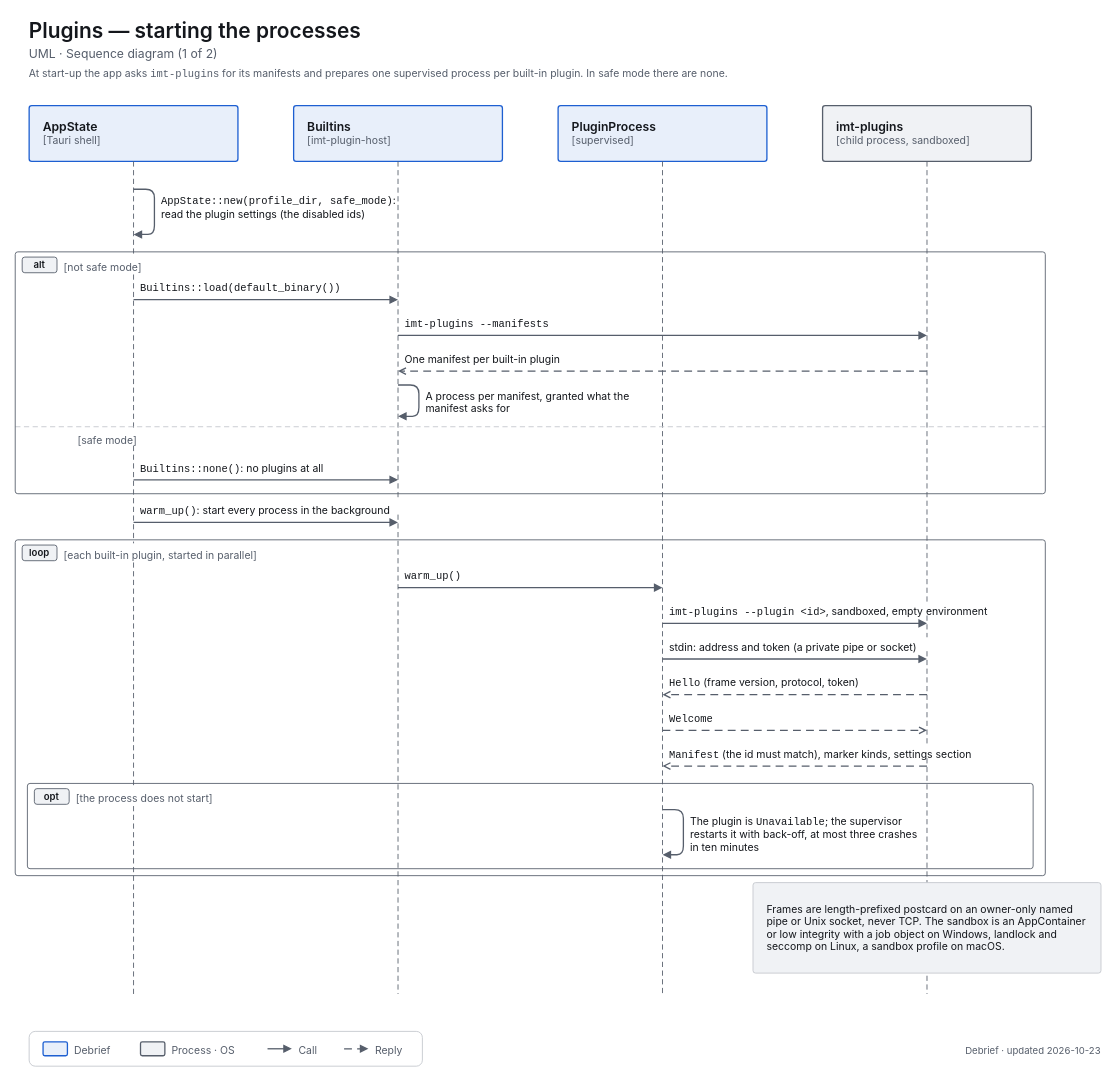
Before: docs/diagrams/uml-seq-plugin-start.drawio in decryp7/integrated_maintenance_tool, a draw.io diagram. Source tidied: cells renumbered, new cells numbered last; positions are measured from the earlier drawing's top-left corner, leaving out a move shared by most shapes. Both pictures are drawn from the tidied source at 87%, with x=0, y=0 at pixel (15, 15).
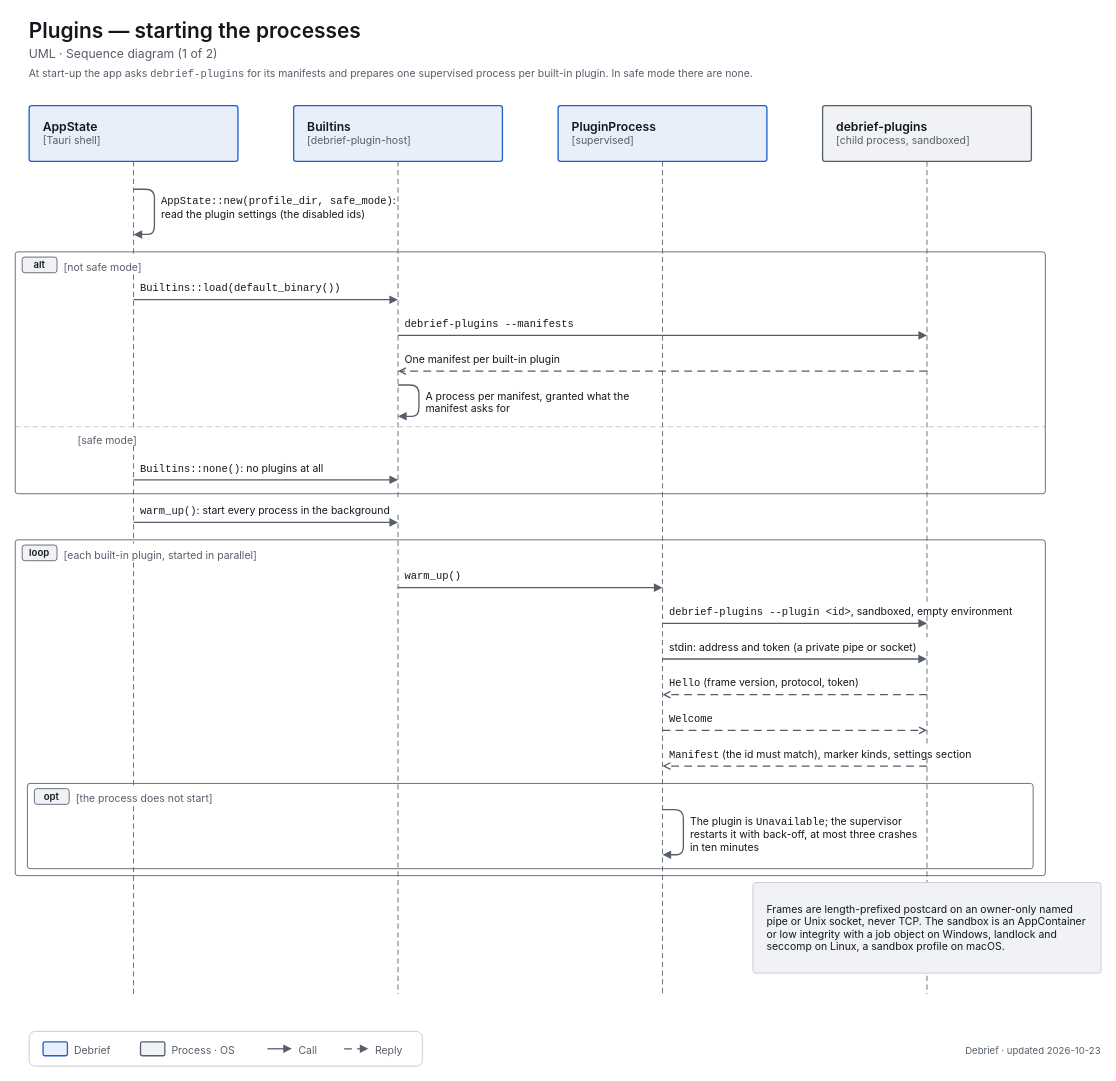
After the change.

What changed in the source:
```diff
@@
-    <mxCell id="4" value="&lt;span style=&quot;font-size:12px;font-weight:400&quot;&gt;At start-up the app asks &lt;span style=&quot;font-family:ui-monospace,SF Mono,Cascadia Mono,Consolas,monospace;white-space:nowrap&quot;&gt;imt-plugins&lt;/span&gt; for its manifests and prepares one supervised process per built-in plugin. In safe mode there are none.&lt;/span&gt;" style="html=1;whiteSpace=wrap;fontFamily=-apple-system,BlinkMacSystemFont,Segoe UI,system-ui,sans-serif;fontSize=12;fontColor=light-dark(#14171C,#ECEEF1);text;strokeColor=none;fillColor=none;align=left;verticalAlign=top;spacing=0;fontColor=light-dark(#565E6B,#A0A7B2);" parent="1" vertex="1">
+    <mxCell id="4" value="&lt;span style=&quot;font-size:12px;font-weight:400&quot;&gt;At start-up the app asks &lt;span style=&quot;font-family:ui-monospace,SF Mono,Cascadia Mono,Consolas,monospace;white-space:nowrap&quot;&gt;debrief-plugins&lt;/span&gt; for its manifests and prepares one supervised process per built-in plugin. In safe mode there are none.&lt;/span&gt;" style="html=1;whiteSpace=wrap;fontFamily=-apple-system,BlinkMacSystemFont,Segoe UI,system-ui,sans-serif;fontSize=12;fontColor=light-dark(#14171C,#ECEEF1);text;strokeColor=none;fillColor=none;align=left;verticalAlign=top;spacing=0;fontColor=light-dark(#565E6B,#A0A7B2);" parent="1" vertex="1">
       <mxGeometry x="16" y="56" width="1152" height="20" as="geometry" />
     </mxCell>
@@
-    <mxCell id="6" value="&lt;span style=&quot;font-size:14px;font-weight:600&quot;&gt;Builtins&lt;/span&gt;&lt;br&gt;&lt;span style=&quot;font-size:12px;color:light-dark(#565E6B,#A0A7B2)&quot;&gt;[imt-plugin-host]&lt;/span&gt;" style="html=1;whiteSpace=wrap;fontFamily=-apple-system,BlinkMacSystemFont,Segoe UI,system-ui,sans-serif;fontSize=12;fontColor=light-dark(#14171C,#ECEEF1);rounded=1;absoluteArcSize=1;arcSize=6;strokeWidth=1.5;strokeColor=light-dark(#1D5FD1,#5B9BFF);fillColor=light-dark(#E8EFFA,#202C3F);align=left;verticalAlign=top;spacingLeft=14;spacingRight=14;spacingTop=10;spacingBottom=8;" parent="1" vertex="1">
+    <mxCell id="6" value="&lt;span style=&quot;font-size:14px;font-weight:600&quot;&gt;Builtins&lt;/span&gt;&lt;br&gt;&lt;span style=&quot;font-size:12px;color:light-dark(#565E6B,#A0A7B2)&quot;&gt;[debrief-plugin-host]&lt;/span&gt;" style="html=1;whiteSpace=wrap;fontFamily=-apple-system,BlinkMacSystemFont,Segoe UI,system-ui,sans-serif;fontSize=12;fontColor=light-dark(#14171C,#ECEEF1);rounded=1;absoluteArcSize=1;arcSize=6;strokeWidth=1.5;strokeColor=light-dark(#1D5FD1,#5B9BFF);fillColor=light-dark(#E8EFFA,#202C3F);align=left;verticalAlign=top;spacingLeft=14;spacingRight=14;spacingTop=10;spacingBottom=8;" parent="1" vertex="1">
       <mxGeometry x="320" y="104" width="240" height="64" as="geometry" />
     </mxCell>
@@
-    <mxCell id="8" value="&lt;span style=&quot;font-size:14px;font-weight:600&quot;&gt;imt-plugins&lt;/span&gt;&lt;br&gt;&lt;span style=&quot;font-size:12px;color:light-dark(#565E6B,#A0A7B2)&quot;&gt;[child process, sandboxed]&lt;/span&gt;" style="html=1;whiteSpace=wrap;fontFamily=-apple-system,BlinkMacSystemFont,Segoe UI,system-ui,sans-serif;fontSize=12;fontColor=light-dark(#14171C,#ECEEF1);rounded=1;absoluteArcSize=1;arcSize=6;strokeWidth=1.5;strokeColor=light-dark(#565E6B,#A0A7B2);fillColor=light-dark(#F0F2F5,#1B1E23);align=left;verticalAlign=top;spacingLeft=14;spacingRight=14;spacingTop=10;spacingBottom=8;" parent="1" vertex="1">
+    <mxCell id="8" value="&lt;span style=&quot;font-size:14px;font-weight:600&quot;&gt;debrief-plugins&lt;/span&gt;&lt;br&gt;&lt;span style=&quot;font-size:12px;color:light-dark(#565E6B,#A0A7B2)&quot;&gt;[child process, sandboxed]&lt;/span&gt;" style="html=1;whiteSpace=wrap;fontFamily=-apple-system,BlinkMacSystemFont,Segoe UI,system-ui,sans-serif;fontSize=12;fontColor=light-dark(#14171C,#ECEEF1);rounded=1;absoluteArcSize=1;arcSize=6;strokeWidth=1.5;strokeColor=light-dark(#565E6B,#A0A7B2);fillColor=light-dark(#F0F2F5,#1B1E23);align=left;verticalAlign=top;spacingLeft=14;spacingRight=14;spacingTop=10;spacingBottom=8;" parent="1" vertex="1">
       <mxGeometry x="928" y="104" width="240" height="64" as="geometry" />
     </mxCell>
@@
-    <mxCell id="25" value="&lt;span style=&quot;font-size:12px;font-weight:400&quot;&gt;&lt;span style=&quot;font-family:ui-monospace,SF Mono,Cascadia Mono,Consolas,monospace;white-space:nowrap&quot;&gt;imt-plugins --manifests&lt;/span&gt;&lt;/span&gt;" style="html=1;whiteSpace=wrap;fontFamily=-apple-system,BlinkMacSystemFont,Segoe UI,system-ui,sans-serif;fontSize=12;fontColor=light-dark(#14171C,#ECEEF1);text;strokeColor=none;fillColor=none;align=left;verticalAlign=top;spacing=0;fontColor=light-dark(#14171C,#ECEEF1);" parent="1" vertex="1">
+    <mxCell id="25" value="&lt;span style=&quot;font-size:12px;font-weight:400&quot;&gt;&lt;span style=&quot;font-family:ui-monospace,SF Mono,Cascadia Mono,Consolas,monospace;white-space:nowrap&quot;&gt;debrief-plugins --manifests&lt;/span&gt;&lt;/span&gt;" style="html=1;whiteSpace=wrap;fontFamily=-apple-system,BlinkMacSystemFont,Segoe UI,system-ui,sans-serif;fontSize=12;fontColor=light-dark(#14171C,#ECEEF1);text;strokeColor=none;fillColor=none;align=left;verticalAlign=top;spacing=0;fontColor=light-dark(#14171C,#ECEEF1);" parent="1" vertex="1">
       <mxGeometry x="448" y="343" width="187" height="16" as="geometry" />
     </mxCell>
@@
-    <mxCell id="42" value="&lt;span style=&quot;font-size:12px;font-weight:400&quot;&gt;&lt;span style=&quot;font-family:ui-monospace,SF Mono,Cascadia Mono,Consolas,monospace;white-space:nowrap&quot;&gt;imt-plugins --plugin &amp;lt;id&amp;gt;&lt;/span&gt;, sandboxed, empty environment&lt;/span&gt;" style="html=1;whiteSpace=wrap;fontFamily=-apple-system,BlinkMacSystemFont,Segoe UI,system-ui,sans-serif;fontSize=12;fontColor=light-dark(#14171C,#ECEEF1);text;strokeColor=none;fillColor=none;align=left;verticalAlign=top;spacing=0;fontColor=light-dark(#14171C,#ECEEF1);" parent="1" vertex="1">
+    <mxCell id="42" value="&lt;span style=&quot;font-size:12px;font-weight:400&quot;&gt;&lt;span style=&quot;font-family:ui-monospace,SF Mono,Cascadia Mono,Consolas,monospace;white-space:nowrap&quot;&gt;debrief-plugins --plugin &amp;lt;id&amp;gt;&lt;/span&gt;, sandboxed, empty environment&lt;/span&gt;" style="html=1;whiteSpace=wrap;fontFamily=-apple-system,BlinkMacSystemFont,Segoe UI,system-ui,sans-serif;fontSize=12;fontColor=light-dark(#14171C,#ECEEF1);text;strokeColor=none;fillColor=none;align=left;verticalAlign=top;spacing=0;fontColor=light-dark(#14171C,#ECEEF1);" parent="1" vertex="1">
       <mxGeometry x="752" y="674" width="402" height="16" as="geometry" />
     </mxCell>
```
